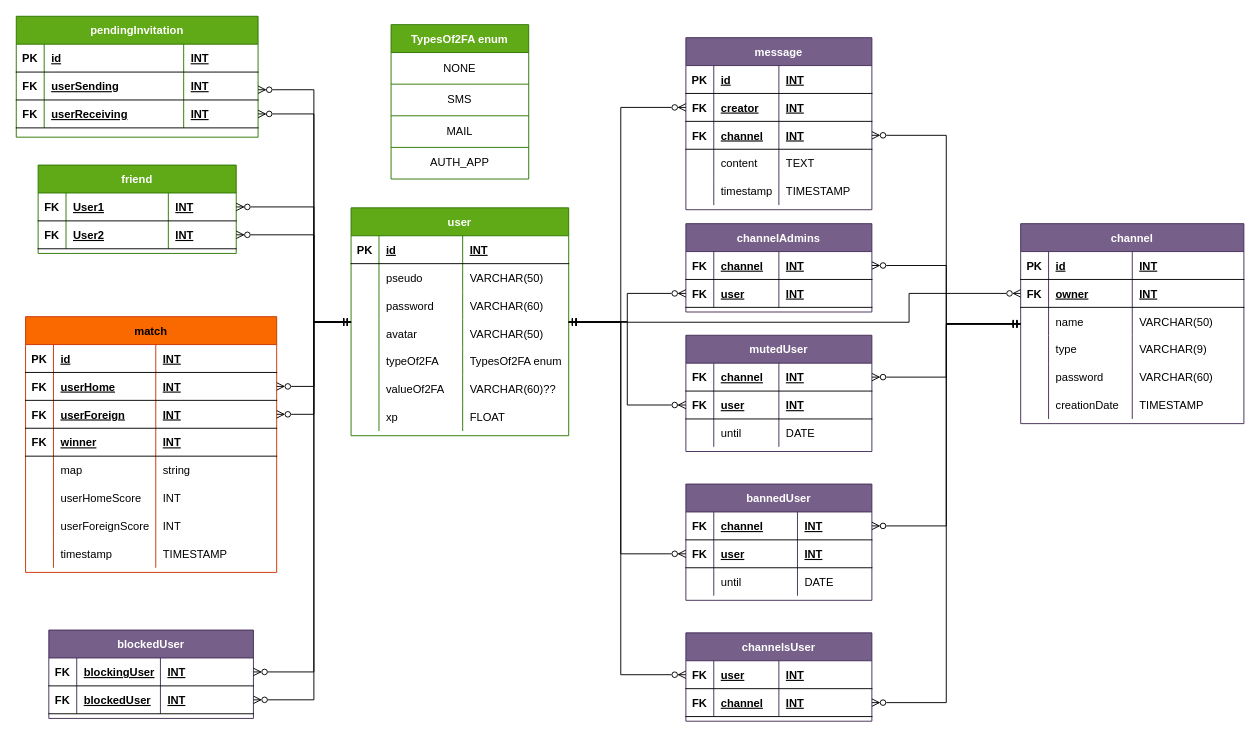
The draw.io diagram docs/database.drawio in frdescam/transcendence, before the edit. Source tidied: cells renumbered, new cells numbered last; positions are measured from the earlier drawing's top-left corner, leaving out a move shared by most shapes. Both pictures are drawn from the tidied source at 93%, with x=0, y=0 at pixel (16, 16).
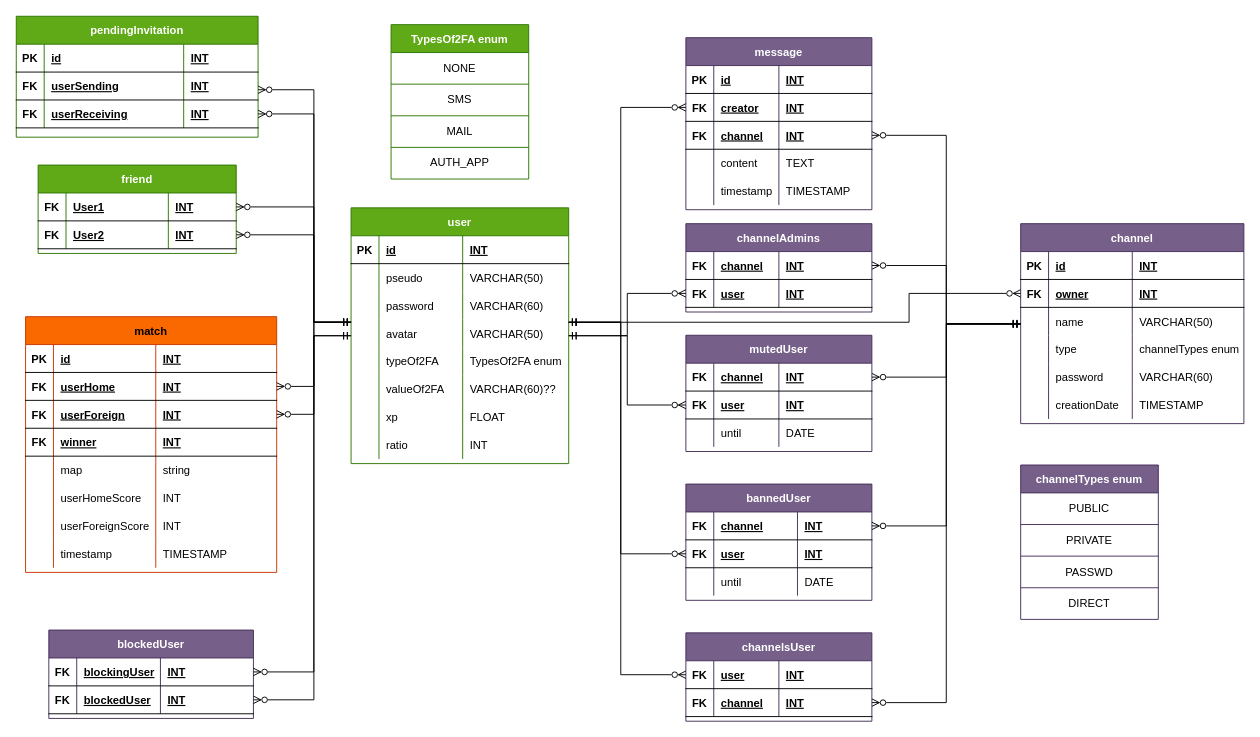
After the change.

Unchanged cells that the change refers to:
```xml
<mxCell id="44" style="shape=partialRectangle;fillColor=none;top=0;left=0;bottom=0;right=0;rounded=0;" parent="31" vertex="1">
  <mxGeometry y="120" width="240" height="30" as="geometry" />
</mxCell>
```

Diff of the diagram source:
```diff
@@
     <mxCell id="2" value="user" style="shape=table;startSize=30;childLayout=tableLayout;rowLines=0;fontStyle=1;align=center;fillColor=#60a917;fontColor=#ffffff;strokeColor=#2D7600;rounded=0;" parent="1" vertex="1">
-      <mxGeometry x="360" y="206" width="234" height="245" as="geometry" />
+      <mxGeometry x="360" y="206" width="234" height="275" as="geometry" />
     </mxCell>
@@
+    <mxCell id="213" style="shape=partialRectangle;fillColor=none;top=0;left=0;bottom=0;right=0;rounded=0;" parent="2" vertex="1">
+      <mxGeometry y="240" width="234" height="30" as="geometry" />
+    </mxCell>
+    <mxCell id="214" style="shape=partialRectangle;fillColor=none;top=0;left=0;bottom=0;right=0;overflow=hidden;rounded=0;" parent="213" vertex="1">
+      <mxGeometry width="30" height="30" as="geometry" />
+    </mxCell>
+    <mxCell id="215" value="ratio" style="shape=partialRectangle;fillColor=none;top=0;left=0;bottom=0;right=0;align=left;spacingLeft=6;overflow=hidden;rounded=0;" parent="213" vertex="1">
+      <mxGeometry x="30" width="90" height="30" as="geometry" />
+    </mxCell>
+    <mxCell id="216" value="INT" style="shape=partialRectangle;fillColor=none;top=0;left=0;bottom=0;right=0;align=left;spacingLeft=6;overflow=hidden;rounded=0;" parent="213" vertex="1">
+      <mxGeometry x="120" width="114" height="30" as="geometry" />
+    </mxCell>
@@
-    <mxCell id="47" value="VARCHAR(9)" style="shape=partialRectangle;fillColor=none;top=0;left=0;bottom=0;right=0;align=left;spacingLeft=6;overflow=hidden;rounded=0;" parent="44" vertex="1">
+    <mxCell id="47" value="channelTypes enum" style="shape=partialRectangle;fillColor=none;top=0;left=0;bottom=0;right=0;align=left;spacingLeft=6;overflow=hidden;rounded=0;" parent="44" vertex="1">
       <mxGeometry x="120" width="120" height="30" as="geometry" />
     </mxCell>
@@
+    <mxCell id="217" value="channelTypes enum" style="shape=table;startSize=30;childLayout=tableLayout;fontStyle=1;align=center;fillColor=#76608a;fontColor=#ffffff;strokeColor=#432D57;" parent="1" vertex="1">
+      <mxGeometry x="1080" y="482.5" width="148" height="166" as="geometry" />
+    </mxCell>
+    <mxCell id="218" style="shape=tableRow;horizontal=0;startSize=0;swimlaneHead=0;swimlaneBody=0;top=0;left=0;bottom=0;right=0;fillColor=none;" parent="217" vertex="1">
+      <mxGeometry y="30" width="148" height="34" as="geometry" />
+    </mxCell>
+    <mxCell id="219" value="PUBLIC" style="shape=partialRectangle;html=1;whiteSpace=wrap;fillColor=none;top=0;left=0;bottom=0;right=0;overflow=hidden;" parent="218" vertex="1">
+      <mxGeometry width="148" height="34" as="geometry" />
+    </mxCell>
+    <mxCell id="220" style="shape=tableRow;horizontal=0;startSize=0;swimlaneHead=0;swimlaneBody=0;top=0;left=0;bottom=0;right=0;fillColor=none;" parent="217" vertex="1">
+      <mxGeometry y="64" width="148" height="34" as="geometry" />
+    </mxCell>
+    <mxCell id="221" value="PRIVATE" style="shape=partialRectangle;html=1;whiteSpace=wrap;fillColor=none;top=0;left=0;bottom=0;right=0;overflow=hidden;" parent="220" vertex="1">
+      <mxGeometry width="148" height="34" as="geometry" />
+    </mxCell>
+    <mxCell id="222" style="shape=tableRow;horizontal=0;startSize=0;swimlaneHead=0;swimlaneBody=0;top=0;left=0;bottom=0;right=0;fillColor=none;" parent="217" vertex="1">
+      <mxGeometry y="98" width="148" height="34" as="geometry" />
+    </mxCell>
+    <mxCell id="223" value="PASSWD" style="shape=partialRectangle;html=1;whiteSpace=wrap;fillColor=none;top=0;left=0;bottom=0;right=0;overflow=hidden;" parent="222" vertex="1">
+      <mxGeometry width="148" height="34" as="geometry" />
+    </mxCell>
+    <mxCell id="224" style="shape=tableRow;horizontal=0;startSize=0;swimlaneHead=0;swimlaneBody=0;top=0;left=0;bottom=0;right=0;fillColor=none;" parent="217" vertex="1">
+      <mxGeometry y="132" width="148" height="34" as="geometry" />
+    </mxCell>
+    <mxCell id="225" value="DIRECT" style="shape=partialRectangle;html=1;whiteSpace=wrap;fillColor=none;top=0;left=0;bottom=0;right=0;overflow=hidden;" parent="224" vertex="1">
+      <mxGeometry width="148" height="34" as="geometry" />
+    </mxCell>
```
